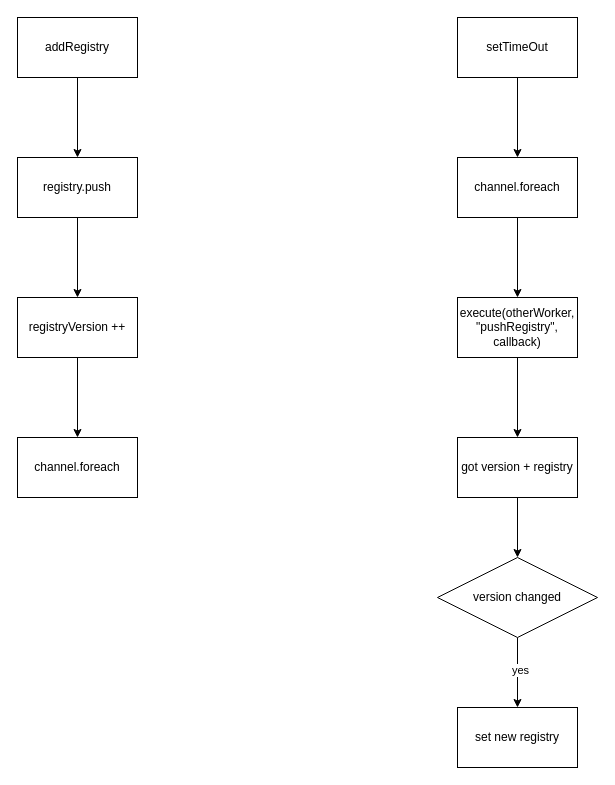
akeboshi1/phaser-test keeps this draw.io diagram as page "注册表同步" (4 of 5) of src/webworker.drawio. Above is the earlier version. Source tidied: cells renumbered, new cells numbered last; positions are measured from the earlier drawing's top-left corner, leaving out a move shared by most shapes. Both pictures are drawn from the tidied source at 100%, with x=0, y=0 at pixel (17, 17).
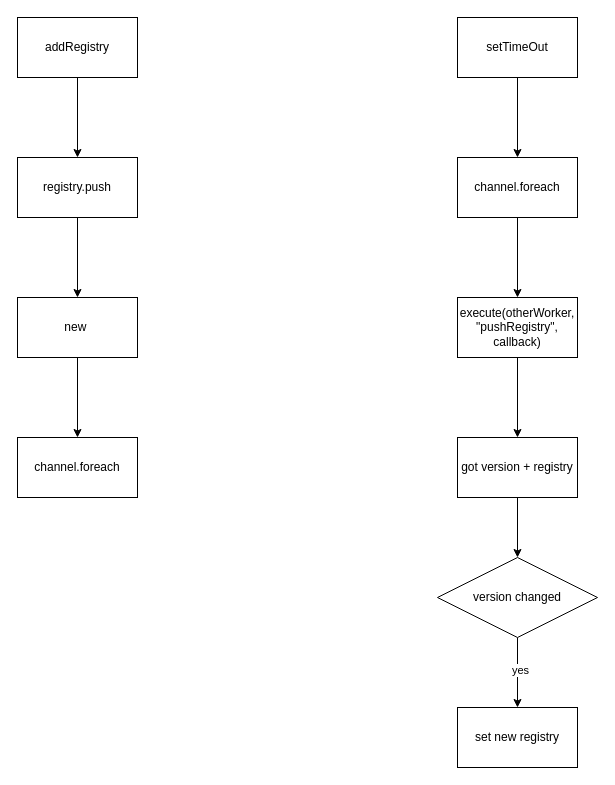
After the change.

Change to the diagram source:
```diff
@@
-    <mxCell id="7" value="registryVersion ++" style="rounded=0;whiteSpace=wrap;html=1;" parent="1" vertex="1">
+    <mxCell id="7" value="new&amp;nbsp;" style="rounded=0;whiteSpace=wrap;html=1;" parent="1" vertex="1">
       <mxGeometry y="280" width="120" height="60" as="geometry" />
     </mxCell>
```
